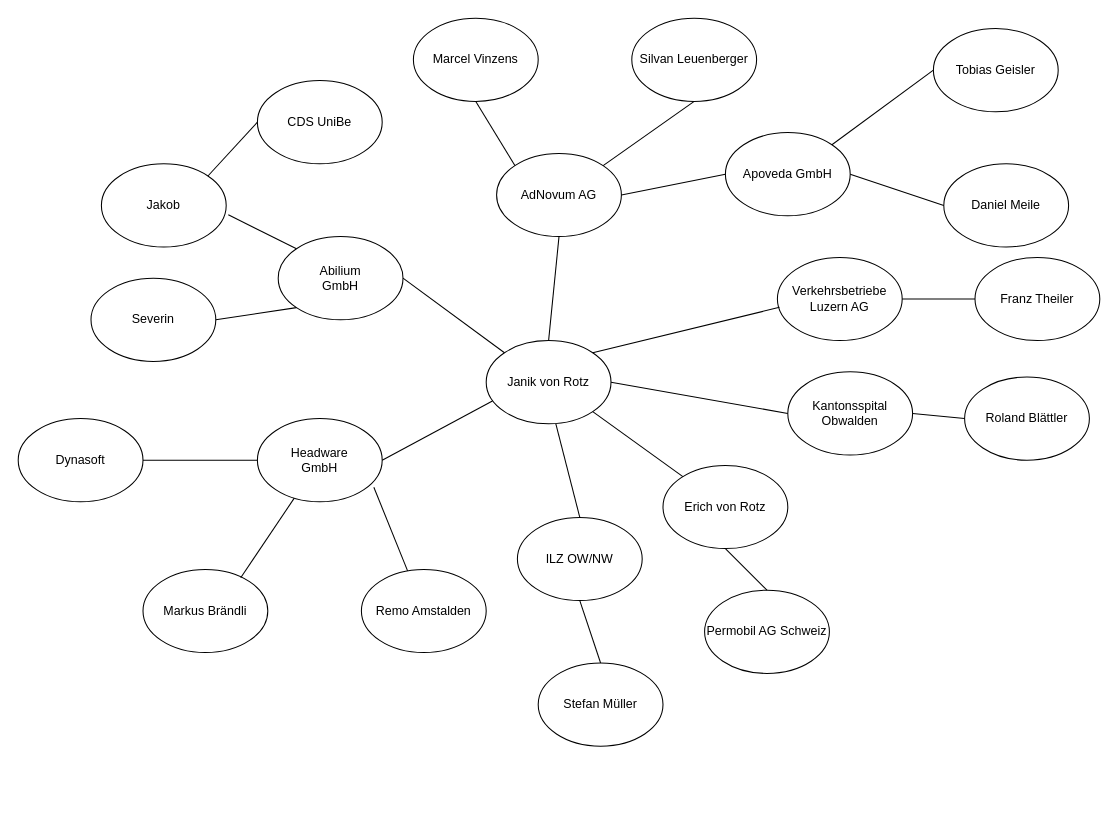
Before: Social Network.drawio in szumbrunn/network, a draw.io diagram. Source tidied: cells renumbered, new cells numbered last; positions are measured from the earlier drawing's top-left corner, leaving out a move shared by most shapes. Both pictures are drawn from the tidied source at 104%, with x=0, y=0 at pixel (18, 18).
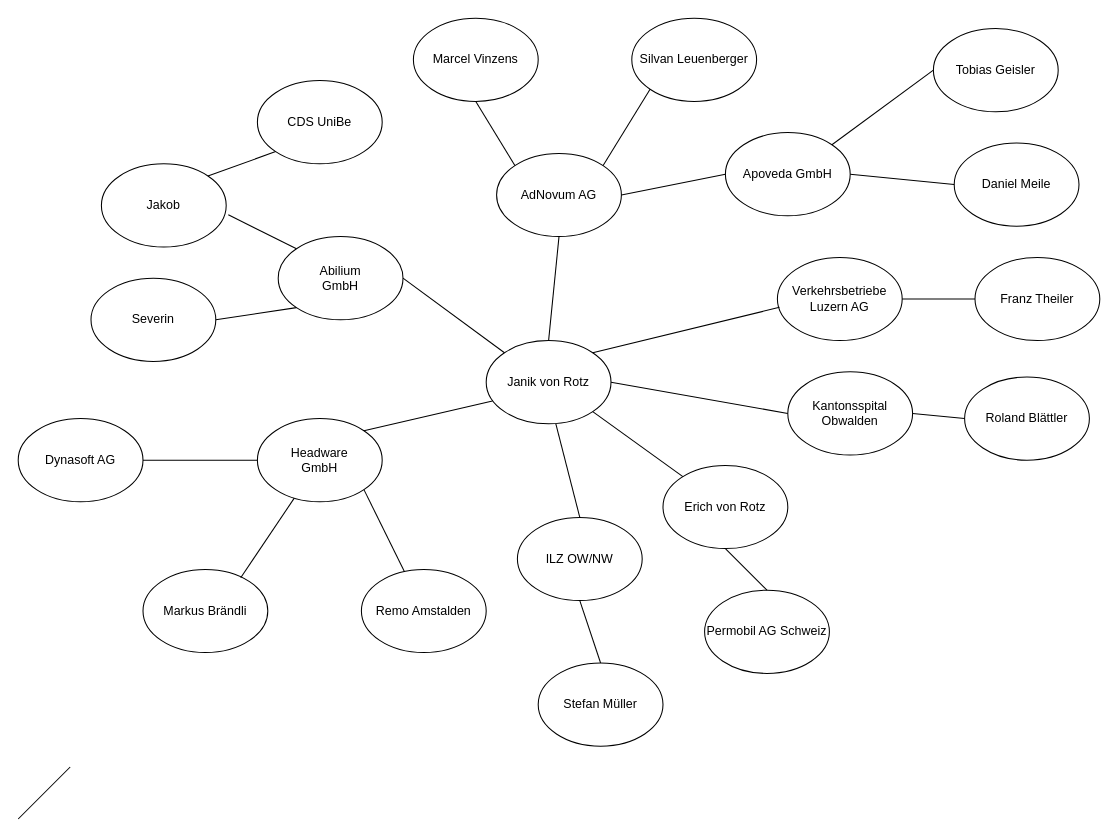
The same diagram, later.

The change refers to these unchanged cells:
```xml
<mxCell id="2" value="Janik von Rotz" style="ellipse;whiteSpace=wrap;html=1;" parent="1" vertex="1">
  <mxGeometry x="450" y="310" width="120" height="80" as="geometry" />
</mxCell>
<mxCell id="6" value="Headware&lt;br&gt;GmbH" style="ellipse;whiteSpace=wrap;html=1;" parent="1" vertex="1">
  <mxGeometry x="230" y="385" width="120" height="80" as="geometry" />
</mxCell>
<mxCell id="8" value="Remo Amstalden" style="ellipse;whiteSpace=wrap;html=1;" parent="1" vertex="1">
  <mxGeometry x="330" y="530" width="120" height="80" as="geometry" />
</mxCell>
<mxCell id="14" value="CDS UniBe" style="ellipse;whiteSpace=wrap;html=1;" parent="1" vertex="1">
  <mxGeometry x="230" y="60" width="120" height="80" as="geometry" />
</mxCell>
<mxCell id="24" value="AdNovum AG" style="ellipse;whiteSpace=wrap;html=1;" parent="1" vertex="1">
  <mxGeometry x="460" y="130" width="120" height="80" as="geometry" />
</mxCell>
<mxCell id="26" value="Silvan Leuenberger" style="ellipse;whiteSpace=wrap;html=1;" parent="1" vertex="1">
  <mxGeometry x="590" width="120" height="80" as="geometry" />
</mxCell>
<mxCell id="38" value="Jakob" style="ellipse;whiteSpace=wrap;html=1;" parent="1" vertex="1">
  <mxGeometry x="80" y="140" width="120" height="80" as="geometry" />
</mxCell>
```

Change to the diagram source:
```diff
@@
-    <mxCell id="9" value="Dynasoft" style="ellipse;whiteSpace=wrap;html=1;" parent="1" vertex="1">
+    <mxCell id="9" value="Dynasoft AG" style="ellipse;whiteSpace=wrap;html=1;" parent="1" vertex="1">
       <mxGeometry y="385" width="120" height="80" as="geometry" />
     </mxCell>
@@
-    <mxCell id="11" style="endArrow=none;html=1;exitX=1;exitY=0.5;exitDx=0;exitDy=0;entryX=0.05;entryY=0.725;entryDx=0;entryDy=0;entryPerimeter=0;" parent="1" edge="1" source="6" target="2">
+    <mxCell id="11" style="endArrow=none;html=1;exitX=1;exitY=0;exitDx=0;exitDy=0;entryX=0.05;entryY=0.725;entryDx=0;entryDy=0;entryPerimeter=0;" parent="1" edge="1" source="6" target="2">
       <mxGeometry relative="1" as="geometry" />
     </mxCell>
@@
-    <mxCell id="13" style="endArrow=none;html=1;entryX=0.933;entryY=0.825;entryDx=0;entryDy=0;entryPerimeter=0;" parent="1" edge="1" source="8" target="6">
+    <mxCell id="13" style="endArrow=none;html=1;entryX=1;entryY=1;entryDx=0;entryDy=0;" parent="1" edge="1" source="8" target="6">
       <mxGeometry relative="1" as="geometry" />
     </mxCell>
@@
-    <mxCell id="15" style="endArrow=none;html=1;entryX=0;entryY=0.5;entryDx=0;entryDy=0;exitX=1;exitY=0;exitDx=0;exitDy=0;" parent="1" edge="1" source="38" target="14">
+    <mxCell id="15" style="endArrow=none;html=1;entryX=0;entryY=1;entryDx=0;entryDy=0;exitX=1;exitY=0;exitDx=0;exitDy=0;" parent="1" edge="1" source="38" target="14">
       <mxGeometry relative="1" as="geometry" />
     </mxCell>
@@
-    <mxCell id="27" style="endArrow=none;html=1;exitX=1;exitY=0;exitDx=0;exitDy=0;entryX=0.5;entryY=1;entryDx=0;entryDy=0;" parent="1" edge="1" source="24" target="26">
+    <mxCell id="27" style="endArrow=none;html=1;exitX=1;exitY=0;exitDx=0;exitDy=0;entryX=0;entryY=1;entryDx=0;entryDy=0;" parent="1" edge="1" source="24" target="26">
       <mxGeometry relative="1" as="geometry" />
     </mxCell>
@@
     <mxCell id="44" value="Daniel Meile" style="ellipse;whiteSpace=wrap;html=1;" parent="1" vertex="1">
-      <mxGeometry x="890" y="140" width="120" height="80" as="geometry" />
+      <mxGeometry x="900" y="120" width="120" height="80" as="geometry" />
     </mxCell>
@@
+    <mxCell id="48" style="endArrow=none;html=1;" parent="1" edge="1">
+      <mxGeometry relative="1" as="geometry">
+        <mxPoint y="770" as="sourcePoint" />
+        <mxPoint x="50" y="720" as="targetPoint" />
+      </mxGeometry>
+    </mxCell>
```
